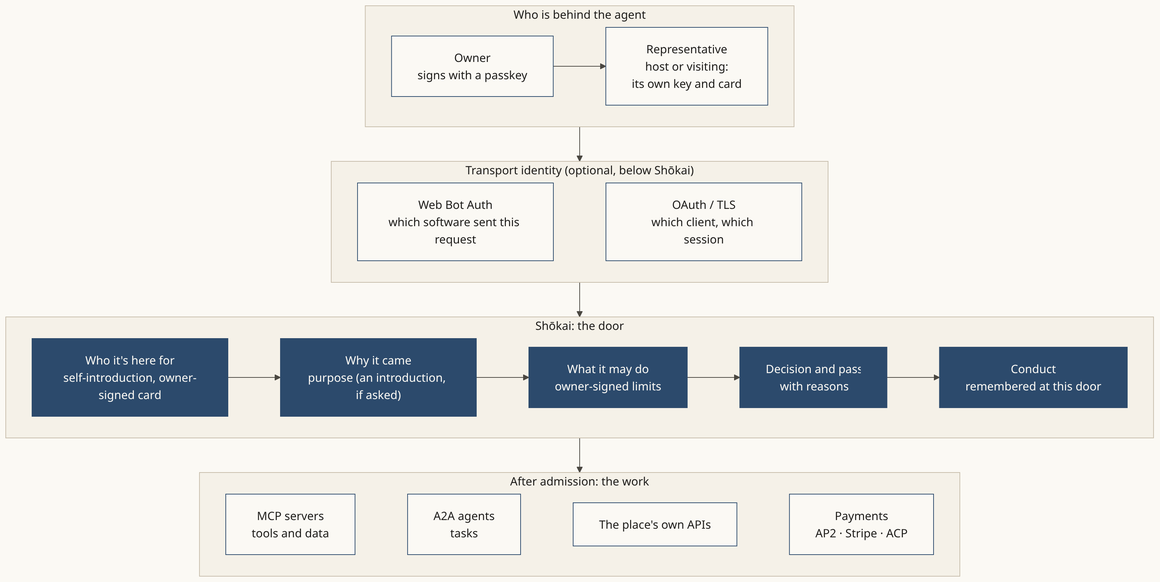
Kigenka/shokai keeps this Mermaid diagram as docs/diagrams/png/layers.png. Above is the earlier version. Its source is kept beside it as docs/diagrams/src/layers.mmd.
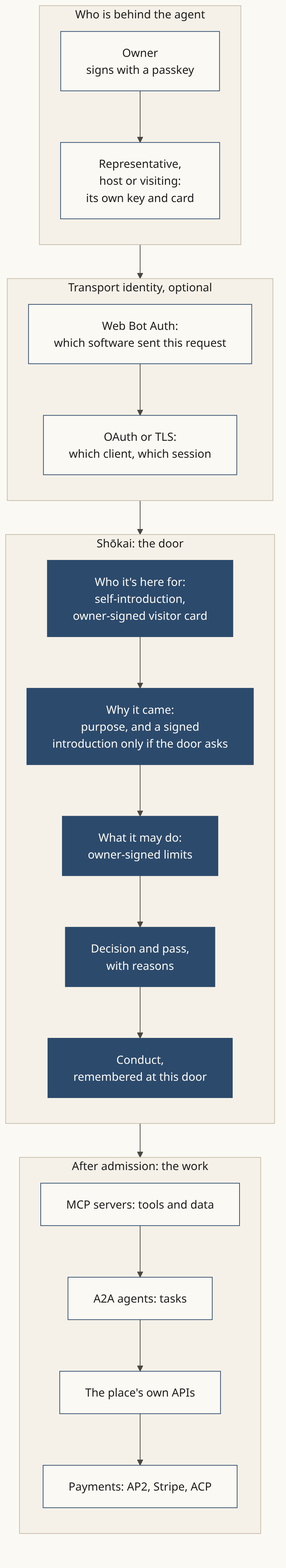
Later version of the same file.

Change to the diagram source:
```diff
@@ -1,26 +1,29 @@
-flowchart TB
+flowchart TD
   subgraph A["Who is behind the agent"]
-    direction LR
-    O["Owner<br/>signs with a passkey"] --> R["Representative<br/>host or visiting:<br/>its own key and card"]
+    direction TD
+    O["Owner<br/>signs with a passkey"] --> R["Representative,<br/>host or visiting:<br/>its own key and card"]
   end
-  subgraph B["Transport identity (optional, below Shōkai)"]
-    direction LR
-    WBA["Web Bot Auth<br/>which software sent this request"]
-    OA["OAuth / TLS<br/>which client, which session"]
-    WBA ~~~ OA
+
+  subgraph B["Transport identity, optional"]
+    direction TD
+    WBA["Web Bot Auth:<br/>which software sent this request"] --> OA["OAuth or TLS:<br/>which client, which session"]
   end
+
   subgraph C["Shōkai: the door"]
-    direction LR
-    C1["Who it's here for<br/>self-introduction, owner-signed card"] --> C2["Why it came<br/>purpose (an introduction, if asked)"] --> C3["What it may do<br/>owner-signed limits"] --> C4["Decision and seat<br/>with reasons"] --> C5["Conduct<br/>remembered at this door"]
+    direction TD
+    C1["Who it's here for:<br/>self-introduction,<br/>owner-signed visitor card"] --> C2["Why it came:<br/>purpose, and a signed<br/>introduction only if the door asks"]
+    C2 --> C3["What it may do:<br/>owner-signed limits"]
+    C3 --> C4["Decision and pass,<br/>with reasons"]
+    C4 --> C5["Conduct,<br/>remembered at this door"]
   end
+
   subgraph D["After admission: the work"]
-    direction LR
-    M["MCP servers<br/>tools and data"]
-    A2A["A2A agents<br/>tasks"]
-    API["The place's own APIs"]
-    P["Payments<br/>AP2 · Stripe · ACP"]
-    M ~~~ A2A ~~~ API ~~~ P
+    direction TD
+    M["MCP servers: tools and data"] --> A2A["A2A agents: tasks"]
+    A2A --> API["The place's own APIs"]
+    API --> PAY["Payments: AP2, Stripe, ACP"]
   end
+
   A --> B --> C --> D
   classDef shokai fill:#2c4a6c,stroke:#2c4a6c,color:#fbf9f4
   class C1,C2,C3,C4,C5 shokai
```
